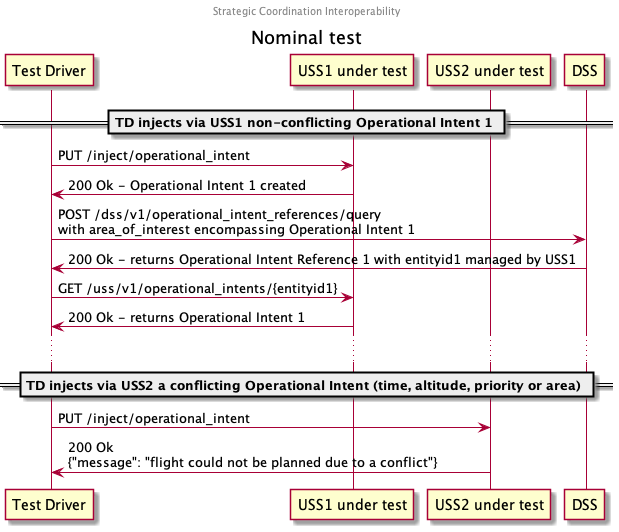
This is interfaces/automated-testing/scd/design/strategic-coordination-interoperability/nominal-test.png from interuss/dss, a PlantUML export, as it was before one commit.
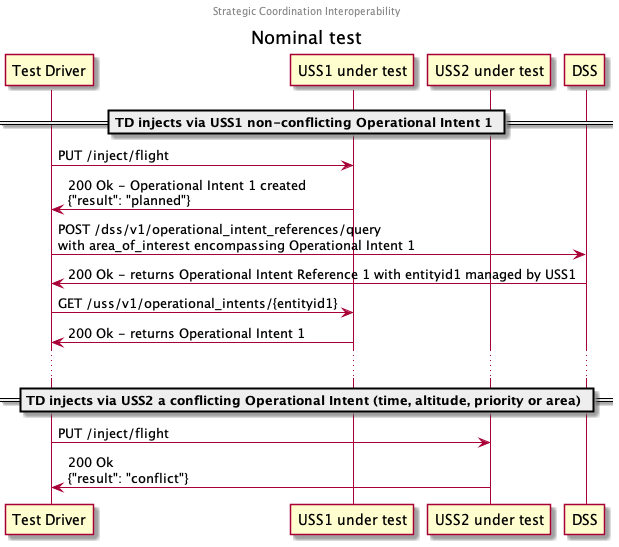
After the commit.

Commit message:
[automated-testing/scd] Update pngs

What changed in the source:
```diff
@@ -9,8 +9,8 @@
 
 == TD injects via USS1 non-conflicting Operational Intent 1 ==
 
-TD -> USS1: PUT /inject/operational_intent
-TD <- USS1: 200 Ok - Operational Intent 1 created
+TD -> USS1: PUT /inject/flight
+TD <- USS1: 200 Ok - Operational Intent 1 created\n{"result": "planned"}
 
 TD -> DSS: POST /dss/v1/operational_intent_references/query\nwith area_of_interest encompassing Operational Intent 1
 TD <- DSS: 200 Ok - returns Operational Intent Reference 1 with entityid1 managed by USS1
@@ -22,7 +22,7 @@
 
 == TD injects via USS2 a conflicting Operational Intent (time, altitude, priority or area) ==
 
-TD -> USS2: PUT /inject/operational_intent
-TD <- USS2: 200 Ok\n{"message": "flight could not be planned due to a conflict"}
+TD -> USS2: PUT /inject/flight
+TD <- USS2: 200 Ok\n{"result": "conflict"}
 
 @enduml
```
